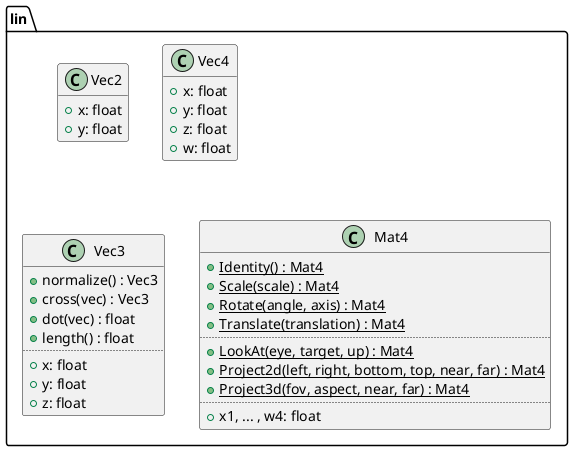
ba6er/marblemaze keeps this PlantUML diagram as design/math.png. Above is the earlier version.
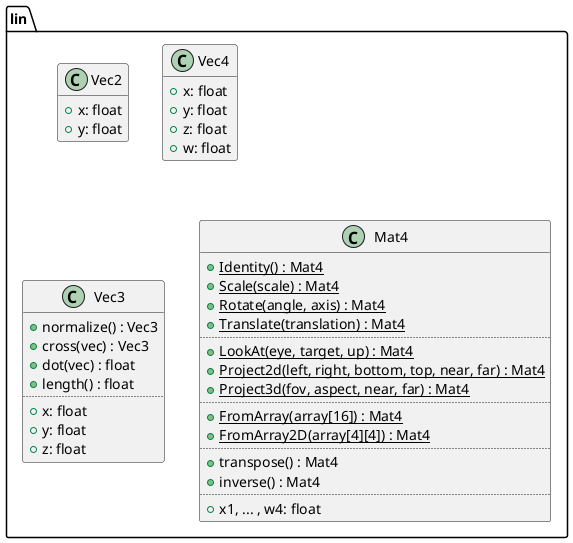
Above is the later version.

Commit message:
Added Mat4::FromArray and Mat4::FromArray2D, cleaned up Mat::inverse implementation

The edit, as a diff of the source:
```diff
@@ -36,6 +36,12 @@
 	{static} +Project2d(left, right, bottom, top, near, far) : Mat4
 	{static} +Project3d(fov, aspect, near, far) : Mat4
 	..
+	{static} +FromArray(array[16]) : Mat4
+	{static} +FromArray2D(array[4][4]) : Mat4
+	..
+	+transpose() : Mat4
+	+inverse() : Mat4
+	..
 	+x1, ... , w4: float
 }
 
```
